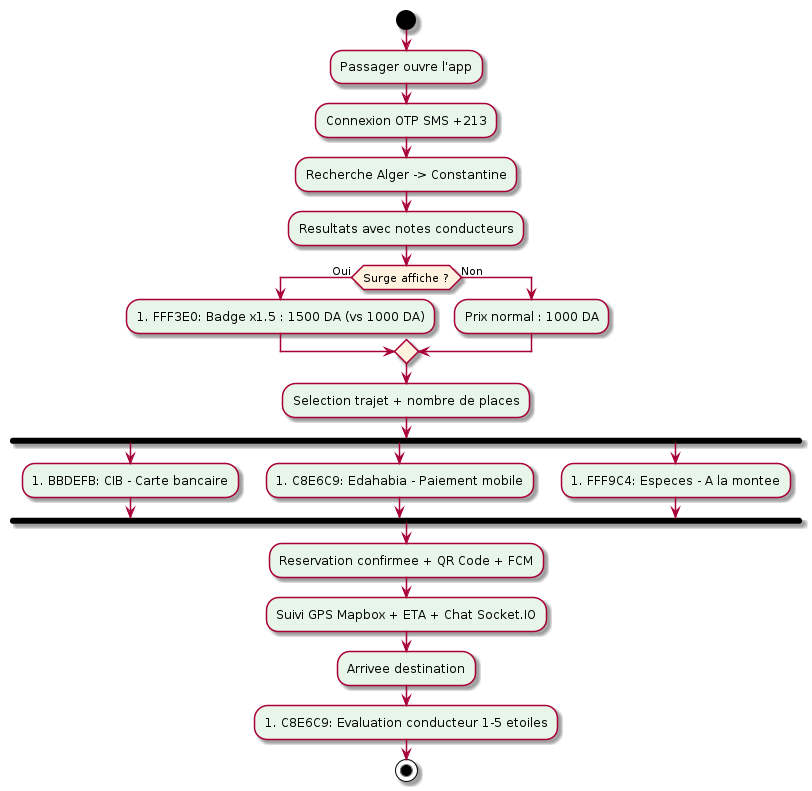
Belhormamohamed13/Memiore_RohWinBghit keeps this PlantUML diagram as figures/fig_passenger_process.png. Above is the earlier version. Its source is kept beside it as plantuml/fig_passenger_process.puml. The source it was exported from:
```plantuml
@startuml fig4_4_passenger_process
skinparam backgroundColor white
skinparam defaultFontName Arial
skinparam ActivityDiamondBackgroundColor #FFF3E0
skinparam ActivityBackgroundColor #E8F5E9

start
:Passager ouvre l'app;
:Connexion OTP SMS +213;
:Recherche Alger -> Constantine;
:Resultats avec notes conducteurs;
if (Surge affiche ?) then (Oui)
    :#FFF3E0: Badge x1.5 : 1500 DA (vs 1000 DA);
else (Non)
    :Prix normal : 1000 DA;
endif
:Selection trajet + nombre de places;
fork
    :#BBDEFB: CIB - Carte bancaire;
fork again
    :#C8E6C9: Edahabia - Paiement mobile;
fork again
    :#FFF9C4: Especes - A la montee;
end fork
:Reservation confirmee + QR Code + FCM;
:Suivi GPS Mapbox + ETA + Chat Socket.IO;
:Arrivee destination;
:#C8E6C9: Evaluation conducteur 1-5 etoiles;
stop
@enduml
```
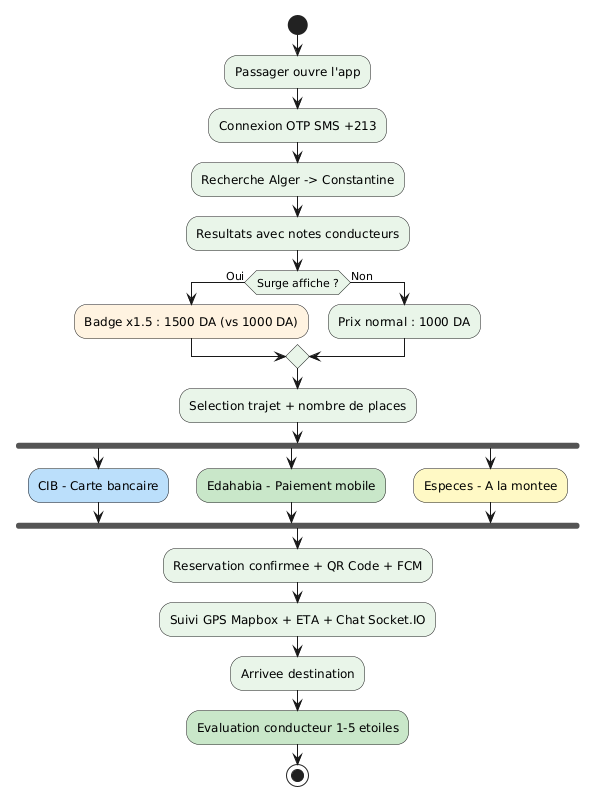
After the commit.

Diff of the diagram source:
```diff
@@ -10,21 +10,21 @@
 :Recherche Alger -> Constantine;
 :Resultats avec notes conducteurs;
 if (Surge affiche ?) then (Oui)
-    :#FFF3E0: Badge x1.5 : 1500 DA (vs 1000 DA);
+    :Badge x1.5 : 1500 DA (vs 1000 DA); <<#FFF3E0>>
 else (Non)
     :Prix normal : 1000 DA;
 endif
 :Selection trajet + nombre de places;
 fork
-    :#BBDEFB: CIB - Carte bancaire;
+    :CIB - Carte bancaire; <<#BBDEFB>>
 fork again
-    :#C8E6C9: Edahabia - Paiement mobile;
+    :Edahabia - Paiement mobile; <<#C8E6C9>>
 fork again
-    :#FFF9C4: Especes - A la montee;
+    :Especes - A la montee; <<#FFF9C4>>
 end fork
 :Reservation confirmee + QR Code + FCM;
 :Suivi GPS Mapbox + ETA + Chat Socket.IO;
 :Arrivee destination;
-:#C8E6C9: Evaluation conducteur 1-5 etoiles;
+:Evaluation conducteur 1-5 etoiles; <<#C8E6C9>>
 stop
 @enduml
```
